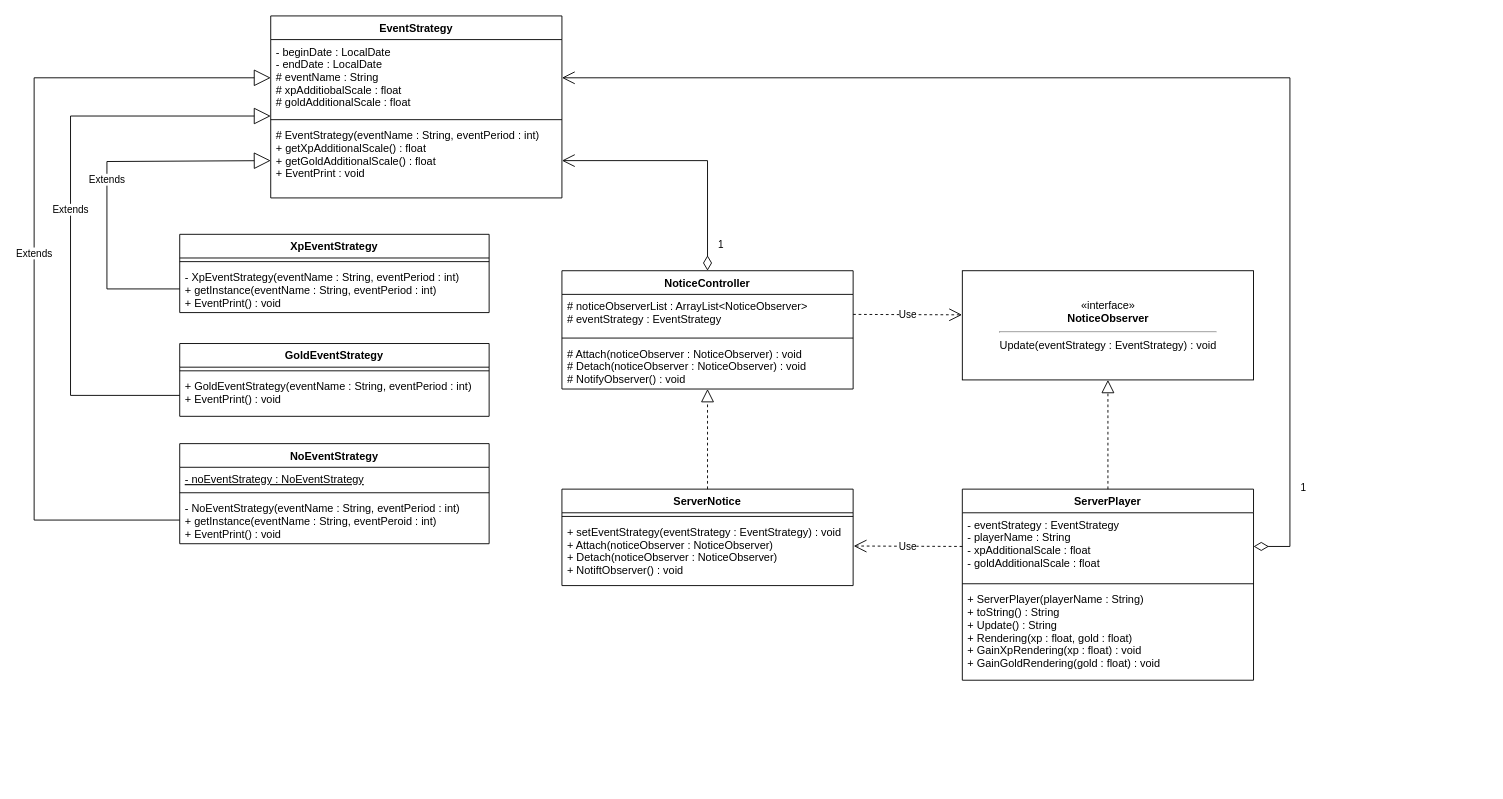
Before: app/src/main/resources/observer_strategy/Observer-Strategy_Pattern.drawio in jongHyeon0000/DesignPattern-example, a draw.io diagram. Source tidied: cells renumbered, new cells numbered last; positions are measured from the earlier drawing's top-left corner, leaving out a move shared by most shapes. Both pictures are drawn from the tidied source at 91%, with x=0, y=0 at pixel (34, 15).
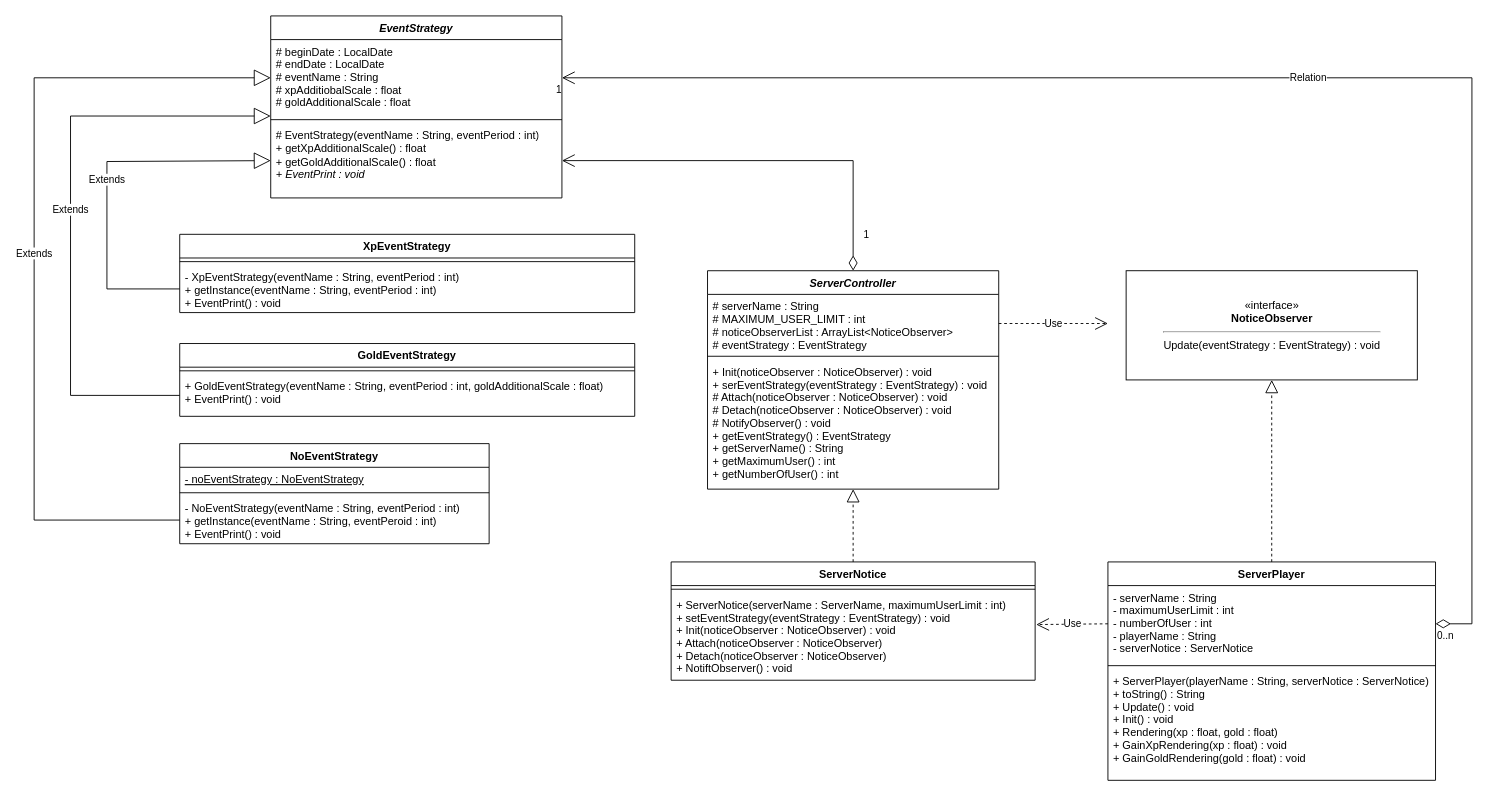
The same diagram, later.

Change to the diagram source:
```diff
@@
-    <mxCell id="2" value="EventStrategy" style="swimlane;fontStyle=1;align=center;verticalAlign=top;horizontal=1;startSize=26;" parent="1" vertex="1">
+    <mxCell id="2" value="EventStrategy" style="swimlane;fontStyle=3;align=center;verticalAlign=top;horizontal=1;startSize=26;" parent="1" vertex="1">
       <mxGeometry x="260" width="320" height="200" as="geometry" />
     </mxCell>
-    <mxCell id="3" value="- beginDate : LocalDate&#10;- endDate : LocalDate&#10;# eventName : String&#10;# xpAdditiobalScale : float&#10;# goldAdditionalScale : float&#10;" style="text;strokeColor=none;fillColor=none;align=left;verticalAlign=top;spacingLeft=4;spacingRight=4;overflow=hidden;points=[[0,0.5],[1,0.5]];portConstraint=eastwest;" parent="2" vertex="1">
+    <mxCell id="3" value="# beginDate : LocalDate&#10;# endDate : LocalDate&#10;# eventName : String&#10;# xpAdditiobalScale : float&#10;# goldAdditionalScale : float&#10;" style="text;strokeColor=none;fillColor=none;align=left;verticalAlign=top;spacingLeft=4;spacingRight=4;overflow=hidden;points=[[0,0.5],[1,0.5]];portConstraint=eastwest;" parent="2" vertex="1">
       <mxGeometry y="26" width="320" height="84" as="geometry" />
     </mxCell>
@@
-    <mxCell id="5" value="# EventStrategy(eventName : String, eventPeriod : int)&#10;+ getXpAdditionalScale() : float&#10;+ getGoldAdditionalScale() : float&#10;+ EventPrint : void" style="text;strokeColor=none;fillColor=none;align=left;verticalAlign=top;spacingLeft=4;spacingRight=4;overflow=hidden;points=[[0,0.5],[1,0.5]];portConstraint=eastwest;" parent="2" vertex="1">
+    <mxCell id="5" value="# EventStrategy(eventName : String, eventPeriod : int)&lt;br&gt;+ getXpAdditionalScale() : float&lt;br&gt;+ getGoldAdditionalScale() : float&lt;br&gt;&lt;i&gt;+ EventPrint : void&lt;/i&gt;" style="text;strokeColor=none;fillColor=none;align=left;verticalAlign=top;spacingLeft=4;spacingRight=4;overflow=hidden;points=[[0,0.5],[1,0.5]];portConstraint=eastwest;labelBackgroundColor=none;html=1;fontStyle=0;" parent="2" vertex="1">
       <mxGeometry y="118" width="320" height="82" as="geometry" />
     </mxCell>
     <mxCell id="6" value="GoldEventStrategy" style="swimlane;fontStyle=1;align=center;verticalAlign=top;horizontal=1;startSize=26;" parent="1" vertex="1">
-      <mxGeometry x="160" y="360" width="340" height="80" as="geometry" />
+      <mxGeometry x="160" y="360" width="500" height="80" as="geometry" />
     </mxCell>
     <mxCell id="7" style="line;strokeWidth=1;fillColor=none;align=left;verticalAlign=middle;spacingTop=-1;spacingLeft=3;spacingRight=3;labelPosition=right;" parent="6" vertex="1">
-      <mxGeometry y="26" width="340" height="8" as="geometry" />
+      <mxGeometry y="26" width="500" height="8" as="geometry" />
     </mxCell>
-    <mxCell id="8" value="+ GoldEventStrategy(eventName : String, eventPeriod : int)&#10;+ EventPrint() : void" style="text;strokeColor=none;fillColor=none;align=left;verticalAlign=top;spacingLeft=4;spacingRight=4;overflow=hidden;points=[[0,0.5],[1,0.5]];portConstraint=eastwest;" parent="6" vertex="1">
-      <mxGeometry y="34" width="340" height="46" as="geometry" />
+    <mxCell id="8" value="+ GoldEventStrategy(eventName : String, eventPeriod : int, goldAdditionalScale : float)&#10;+ EventPrint() : void" style="text;strokeColor=none;fillColor=none;align=left;verticalAlign=top;spacingLeft=4;spacingRight=4;overflow=hidden;points=[[0,0.5],[1,0.5]];portConstraint=eastwest;" parent="6" vertex="1">
+      <mxGeometry y="34" width="500" height="46" as="geometry" />
     </mxCell>
@@
     <mxCell id="13" value="«interface»&lt;br&gt;&lt;b&gt;NoticeObserver&lt;br&gt;&lt;/b&gt;&lt;hr&gt;Update(eventStrategy : EventStrategy) : void" style="html=1;" parent="1" vertex="1">
-      <mxGeometry x="1020" y="280" width="320" height="120" as="geometry" />
+      <mxGeometry x="1200" y="280" width="320" height="120" as="geometry" />
     </mxCell>
     <mxCell id="14" value="ServerNotice" style="swimlane;fontStyle=1;align=center;verticalAlign=top;horizontal=1;startSize=26;" parent="1" vertex="1">
-      <mxGeometry x="580" y="520" width="320" height="106" as="geometry" />
+      <mxGeometry x="700" y="600" width="400" height="130" as="geometry" />
     </mxCell>
     <mxCell id="15" style="line;strokeWidth=1;fillColor=none;align=left;verticalAlign=middle;spacingTop=-1;spacingLeft=3;spacingRight=3;labelPosition=right;" parent="14" vertex="1">
-      <mxGeometry y="26" width="320" height="8" as="geometry" />
+      <mxGeometry y="26" width="400" height="8" as="geometry" />
     </mxCell>
-    <mxCell id="16" value="+ setEventStrategy(eventStrategy : EventStrategy) : void&#10;+ Attach(noticeObserver : NoticeObserver)&#10;+ Detach(noticeObserver : NoticeObserver)&#10;+ NotiftObserver() : void" style="text;strokeColor=none;fillColor=none;align=left;verticalAlign=top;spacingLeft=4;spacingRight=4;overflow=hidden;points=[[0,0.5],[1,0.5]];portConstraint=eastwest;" parent="14" vertex="1">
-      <mxGeometry y="34" width="320" height="72" as="geometry" />
+    <mxCell id="16" value="+ ServerNotice(serverName : ServerName, maximumUserLimit : int)&#10;+ setEventStrategy(eventStrategy : EventStrategy) : void&#10;+ Init(noticeObserver : NoticeObserver) : void&#10;+ Attach(noticeObserver : NoticeObserver)&#10;+ Detach(noticeObserver : NoticeObserver)&#10;+ NotiftObserver() : void" style="text;strokeColor=none;fillColor=none;align=left;verticalAlign=top;spacingLeft=4;spacingRight=4;overflow=hidden;points=[[0,0.5],[1,0.5]];portConstraint=eastwest;" parent="14" vertex="1">
+      <mxGeometry y="34" width="400" height="96" as="geometry" />
     </mxCell>
     <mxCell id="17" value="ServerPlayer" style="swimlane;fontStyle=1;align=center;verticalAlign=top;horizontal=1;startSize=26;" parent="1" vertex="1">
-      <mxGeometry x="1020" y="520" width="320" height="210" as="geometry" />
+      <mxGeometry x="1180" y="600" width="360" height="240" as="geometry" />
     </mxCell>
-    <mxCell id="18" value="- eventStrategy : EventStrategy&#10;- playerName : String&#10;- xpAdditionalScale : float&#10;- goldAdditionalScale : float" style="text;strokeColor=none;fillColor=none;align=left;verticalAlign=top;spacingLeft=4;spacingRight=4;overflow=hidden;points=[[0,0.5],[1,0.5]];portConstraint=eastwest;" parent="17" vertex="1">
-      <mxGeometry y="26" width="320" height="74" as="geometry" />
+    <mxCell id="18" value="- serverName : String&#10;- maximumUserLimit : int&#10;- numberOfUser : int&#10;- playerName : String&#10;- serverNotice : ServerNotice" style="text;strokeColor=none;fillColor=none;align=left;verticalAlign=top;spacingLeft=4;spacingRight=4;overflow=hidden;points=[[0,0.5],[1,0.5]];portConstraint=eastwest;" parent="17" vertex="1">
+      <mxGeometry y="26" width="360" height="84" as="geometry" />
     </mxCell>
     <mxCell id="19" style="line;strokeWidth=1;fillColor=none;align=left;verticalAlign=middle;spacingTop=-1;spacingLeft=3;spacingRight=3;labelPosition=right;" parent="17" vertex="1">
-      <mxGeometry y="100" width="320" height="8" as="geometry" />
+      <mxGeometry y="110" width="360" height="8" as="geometry" />
     </mxCell>
-    <mxCell id="20" value="+ ServerPlayer(playerName : String)&#10;+ toString() : String&#10;+ Update() : String&#10;+ Rendering(xp : float, gold : float)&#10;+ GainXpRendering(xp : float) : void&#10;+ GainGoldRendering(gold : float) : void" style="text;strokeColor=none;fillColor=none;align=left;verticalAlign=top;spacingLeft=4;spacingRight=4;overflow=hidden;" parent="17" vertex="1">
-      <mxGeometry y="108" width="320" height="102" as="geometry" />
+    <mxCell id="20" value="+ ServerPlayer(playerName : String, serverNotice : ServerNotice)&#10;+ toString() : String&#10;+ Update() : void&#10;+ Init() : void&#10;+ Rendering(xp : float, gold : float)&#10;+ GainXpRendering(xp : float) : void&#10;+ GainGoldRendering(gold : float) : void" style="text;strokeColor=none;fillColor=none;align=left;verticalAlign=top;spacingLeft=4;spacingRight=4;overflow=hidden;" parent="17" vertex="1">
+      <mxGeometry y="118" width="360" height="122" as="geometry" />
     </mxCell>
     <mxCell id="21" value="XpEventStrategy" style="swimlane;fontStyle=1;align=center;verticalAlign=top;horizontal=1;startSize=26;" parent="1" vertex="1">
-      <mxGeometry x="160" y="240" width="340" height="86" as="geometry" />
+      <mxGeometry x="160" y="240" width="500" height="86" as="geometry" />
     </mxCell>
     <mxCell id="22" style="line;strokeWidth=1;fillColor=none;align=left;verticalAlign=middle;spacingTop=-1;spacingLeft=3;spacingRight=3;labelPosition=right;" parent="21" vertex="1">
-      <mxGeometry y="26" width="340" height="8" as="geometry" />
+      <mxGeometry y="26" width="500" height="8" as="geometry" />
     </mxCell>
     <mxCell id="23" value="- XpEventStrategy(eventName : String, eventPeriod : int)&#10;+ getInstance(eventName : String, eventPeriod : int)&#10;+ EventPrint() : void" style="text;strokeColor=none;fillColor=none;align=left;verticalAlign=top;spacingLeft=4;spacingRight=4;overflow=hidden;points=[[0,0.5],[1,0.5]];portConstraint=eastwest;fontStyle=0;" parent="21" vertex="1">
-      <mxGeometry y="34" width="340" height="52" as="geometry" />
+      <mxGeometry y="34" width="500" height="52" as="geometry" />
     </mxCell>
@@
-    <mxCell id="30" value="Use" style="endArrow=open;endSize=12;dashed=1;html=1;rounded=0;entryX=-0.001;entryY=0.404;entryDx=0;entryDy=0;exitX=1;exitY=0.5;exitDx=0;exitDy=0;entryPerimeter=0;" parent="1" edge="1" source="32" target="13">
-      <mxGeometry relative="1" as="geometry" />
+    <mxCell id="30" value="Use" style="endArrow=open;endSize=12;dashed=1;html=1;rounded=0;exitX=1;exitY=0.5;exitDx=0;exitDy=0;" parent="1" edge="1" source="32">
+      <mxGeometry relative="1" as="geometry">
+        <mxPoint x="1180" y="338" as="targetPoint" />
+      </mxGeometry>
     </mxCell>
-    <mxCell id="31" value="NoticeController" style="swimlane;fontStyle=1;align=center;verticalAlign=top;horizontal=1;startSize=26;" parent="1" vertex="1">
-      <mxGeometry x="580" y="280" width="320" height="130" as="geometry" />
+    <mxCell id="31" value="ServerController" style="swimlane;fontStyle=3;align=center;verticalAlign=top;horizontal=1;startSize=26;" parent="1" vertex="1">
+      <mxGeometry x="740" y="280" width="320" height="240" as="geometry" />
     </mxCell>
-    <mxCell id="32" value="# noticeObserverList : ArrayList&lt;NoticeObserver&gt;&#10;# eventStrategy : EventStrategy" style="text;strokeColor=none;fillColor=none;align=left;verticalAlign=top;spacingLeft=4;spacingRight=4;overflow=hidden;points=[[0,0.5],[1,0.5]];portConstraint=eastwest;" parent="31" vertex="1">
-      <mxGeometry y="26" width="320" height="44" as="geometry" />
+    <mxCell id="32" value="# serverName : String&#10;# MAXIMUM_USER_LIMIT : int&#10;# noticeObserverList : ArrayList&lt;NoticeObserver&gt;&#10;# eventStrategy : EventStrategy" style="text;strokeColor=none;fillColor=none;align=left;verticalAlign=top;spacingLeft=4;spacingRight=4;overflow=hidden;points=[[0,0.5],[1,0.5]];portConstraint=eastwest;" parent="31" vertex="1">
+      <mxGeometry y="26" width="320" height="64" as="geometry" />
     </mxCell>
     <mxCell id="33" style="line;strokeWidth=1;fillColor=none;align=left;verticalAlign=middle;spacingTop=-1;spacingLeft=3;spacingRight=3;labelPosition=right;" parent="31" vertex="1">
-      <mxGeometry y="70" width="320" height="8" as="geometry" />
+      <mxGeometry y="90" width="320" height="8" as="geometry" />
     </mxCell>
-    <mxCell id="34" value="# Attach(noticeObserver : NoticeObserver) : void&#10;# Detach(noticeObserver : NoticeObserver) : void&#10;# NotifyObserver() : void" style="text;strokeColor=none;fillColor=none;align=left;verticalAlign=top;spacingLeft=4;spacingRight=4;overflow=hidden;points=[[0,0.5],[1,0.5]];portConstraint=eastwest;" parent="31" vertex="1">
-      <mxGeometry y="78" width="320" height="52" as="geometry" />
+    <mxCell id="34" value="+ Init(noticeObserver : NoticeObserver) : void&#10;+ serEventStrategy(eventStrategy : EventStrategy) : void&#10;# Attach(noticeObserver : NoticeObserver) : void&#10;# Detach(noticeObserver : NoticeObserver) : void&#10;# NotifyObserver() : void&#10;+ getEventStrategy() : EventStrategy&#10;+ getServerName() : String&#10;+ getMaximumUser() : int&#10;+ getNumberOfUser() : int" style="text;strokeColor=none;fillColor=none;align=left;verticalAlign=top;spacingLeft=4;spacingRight=4;overflow=hidden;points=[[0,0.5],[1,0.5]];portConstraint=eastwest;fontStyle=0;" parent="31" vertex="1">
+      <mxGeometry y="98" width="320" height="142" as="geometry" />
     </mxCell>
-    <mxCell id="35" value="Use" style="endArrow=open;endSize=12;dashed=1;html=1;rounded=0;exitX=0;exitY=0.5;exitDx=0;exitDy=0;entryX=1.002;entryY=0.396;entryDx=0;entryDy=0;entryPerimeter=0;" parent="1" edge="1" source="18" target="16">
+    <mxCell id="35" value="Use" style="endArrow=open;endSize=12;dashed=1;html=1;rounded=0;exitX=0;exitY=0.5;exitDx=0;exitDy=0;entryX=1.003;entryY=0.363;entryDx=0;entryDy=0;entryPerimeter=0;" parent="1" edge="1" source="18" target="16">
       <mxGeometry relative="1" as="geometry" />
     </mxCell>
+    <mxCell id="37" value="Relation" style="endArrow=open;html=1;endSize=12;startArrow=diamondThin;startSize=14;startFill=0;edgeStyle=orthogonalEdgeStyle;rounded=0;entryX=1;entryY=0.5;entryDx=0;entryDy=0;exitX=1;exitY=0.5;exitDx=0;exitDy=0;" parent="1" edge="1" source="18" target="3">
+      <mxGeometry relative="1" as="geometry">
+        <Array as="points">
+          <mxPoint x="1580" y="668" />
+          <mxPoint x="1580" y="68" />
+        </Array>
+      </mxGeometry>
+    </mxCell>
+    <mxCell id="38" value="0..n" style="edgeLabel;html=1;align=left;verticalAlign=top;labelBackgroundColor=none;" parent="37" vertex="1">
+      <mxGeometry x="-1" relative="1" as="geometry" />
+    </mxCell>
-    <mxCell id="36" value="1" style="endArrow=open;html=1;endSize=12;startArrow=diamondThin;startSize=14;startFill=0;edgeStyle=orthogonalEdgeStyle;align=left;verticalAlign=bottom;rounded=0;entryX=1;entryY=0.5;entryDx=0;entryDy=0;exitX=1;exitY=0.5;exitDx=0;exitDy=0;" parent="1" edge="1" source="18" target="3">
-      <mxGeometry x="-0.86" y="-10" relative="1" as="geometry">
-        <Array as="points">
-          <mxPoint x="1380" y="583" />
-          <mxPoint x="1380" y="68" />
-        </Array>
-      </mxGeometry>
+    <mxCell id="36" value="1" style="edgeLabel;html=1;align=right;verticalAlign=top;labelBackgroundColor=none;" parent="37" vertex="1">
+      <mxGeometry x="1" relative="1" as="geometry" />
     </mxCell>
```
